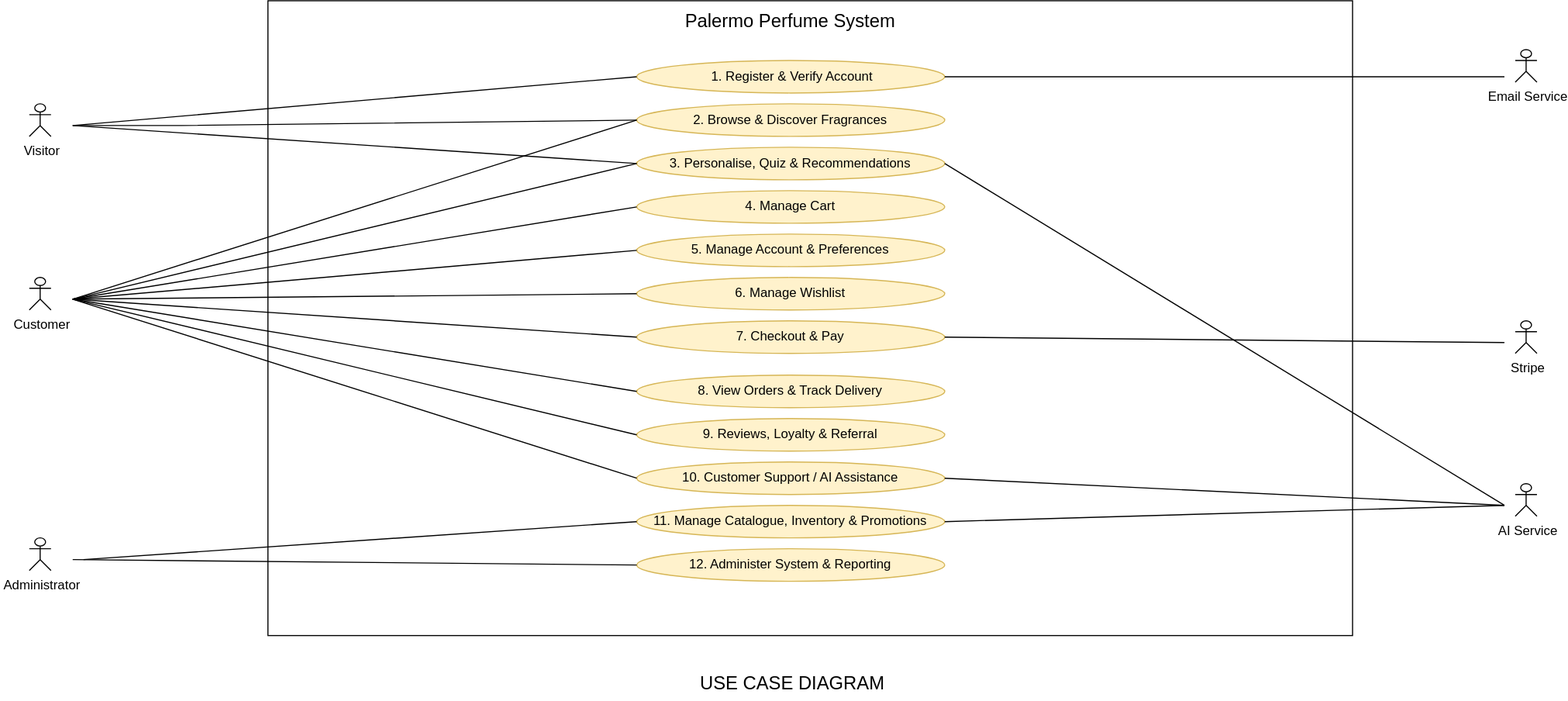
Mel-18-Palermo/Palermo-Perfume-System keeps this draw.io diagram as docs/diagrams/report/use-case-diagram.svg. Above is the earlier version. Source tidied: cells renumbered, new cells last; positions are measured from the earlier drawing's top-left corner, leaving out a move shared by most shapes.
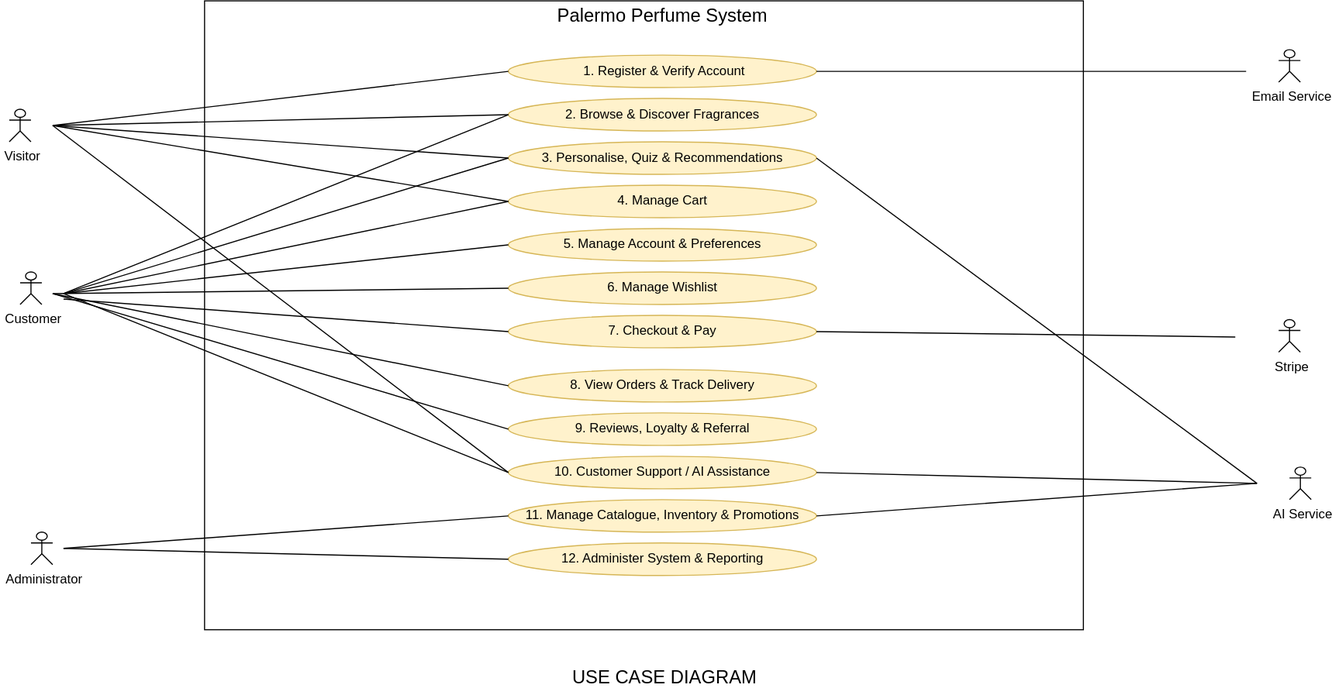
The same diagram one commit later.

What changed in the source:
```diff
@@ -5,9 +5,9 @@
     <mxCell id="2" value="&lt;font style=&quot;font-size: 16px;&quot;&gt;Use Case Diagram&lt;/font&gt;" style="text;html=1;align=center;verticalAlign=middle;strokeColor=none;fillColor=none;" parent="1" vertex="1">
       <mxGeometry x="590" y="525" width="160" height="30" as="geometry" />
     </mxCell>
-    <mxCell id="3" style="rounded=0;whiteSpace=wrap;html=1;" parent="1" vertex="1">
-      <mxGeometry x="220" width="1000" height="585" as="geometry" />
-    </mxCell>
+    <mxCell id="43" style="rounded=0;whiteSpace=wrap;html=1;" parent="1" vertex="1">
+      <mxGeometry x="280" y="5" width="810" height="580" as="geometry" />
+    </mxCell>
     <mxCell id="4" value="3. Personalise, Quiz &amp;amp; Recommendations" style="ellipse;whiteSpace=wrap;html=1;fillColor=#fff2cc;strokeColor=#d6b656;" parent="1" vertex="1">
       <mxGeometry x="560" y="135" width="284" height="30" as="geometry" />
     </mxCell>
@@ -48,123 +48,130 @@
       <mxGeometry x="567" y="5" width="270" height="30" as="geometry" />
     </mxCell>
     <mxCell id="17" value="&amp;nbsp;Visitor" style="shape=umlActor;verticalLabelPosition=bottom;verticalAlign=top;html=1;" parent="1" vertex="1">
-      <mxGeometry y="95" width="20" height="30" as="geometry" />
+      <mxGeometry x="100" y="105" width="20" height="30" as="geometry" />
     </mxCell>
-    <mxCell id="18" style="endArrow=none;html=1;rounded=0;entryX=0;entryY=0.5;entryDx=0;entryDy=0;" parent="1" edge="1" target="15">
-      <mxGeometry relative="1" as="geometry">
-        <mxPoint x="40" y="115" as="sourcePoint" />
-      </mxGeometry>
-    </mxCell>
-    <mxCell id="19" style="endArrow=none;html=1;rounded=0;entryX=0;entryY=0.5;entryDx=0;entryDy=0;" parent="1" edge="1" target="7">
-      <mxGeometry relative="1" as="geometry">
-        <mxPoint x="40" y="115" as="sourcePoint" />
-        <Array as="points">
-          <mxPoint x="140" y="115" />
-        </Array>
-      </mxGeometry>
-    </mxCell>
-    <mxCell id="20" style="endArrow=none;html=1;rounded=0;entryX=0;entryY=0.5;entryDx=0;entryDy=0;" parent="1" edge="1" target="4">
-      <mxGeometry relative="1" as="geometry">
-        <mxPoint x="40" y="115" as="sourcePoint" />
-      </mxGeometry>
-    </mxCell>
+    <mxCell id="44" style="endArrow=none;html=1;rounded=0;entryX=0;entryY=0.5;entryDx=0;entryDy=0;" parent="1" edge="1" target="15">
+      <mxGeometry relative="1" as="geometry">
+        <mxPoint x="140" y="120" as="sourcePoint" />
+      </mxGeometry>
+    </mxCell>
+    <mxCell id="45" style="endArrow=none;html=1;rounded=0;entryX=0;entryY=0.5;entryDx=0;entryDy=0;" parent="1" edge="1" target="4">
+      <mxGeometry relative="1" as="geometry">
+        <mxPoint x="140" y="120" as="sourcePoint" />
+      </mxGeometry>
+    </mxCell>
     <mxCell id="21" value="&amp;nbsp;Customer" style="shape=umlActor;verticalLabelPosition=bottom;verticalAlign=top;html=1;" parent="1" vertex="1">
-      <mxGeometry y="255" width="20" height="30" as="geometry" />
+      <mxGeometry x="110" y="255" width="20" height="30" as="geometry" />
     </mxCell>
-    <mxCell id="22" style="endArrow=none;html=1;rounded=0;entryX=0;entryY=0.5;entryDx=0;entryDy=0;" parent="1" edge="1" target="5">
-      <mxGeometry relative="1" as="geometry">
-        <mxPoint x="40" y="275" as="sourcePoint" />
-      </mxGeometry>
-    </mxCell>
-    <mxCell id="23" style="endArrow=none;html=1;rounded=0;entryX=0;entryY=0.5;entryDx=0;entryDy=0;" parent="1" edge="1" target="6">
-      <mxGeometry relative="1" as="geometry">
-        <mxPoint x="40" y="275" as="sourcePoint" />
-      </mxGeometry>
-    </mxCell>
-    <mxCell id="24" style="endArrow=none;html=1;rounded=0;entryX=0;entryY=0.5;entryDx=0;entryDy=0;" parent="1" edge="1" target="8">
-      <mxGeometry relative="1" as="geometry">
-        <mxPoint x="40" y="275" as="sourcePoint" />
-      </mxGeometry>
-    </mxCell>
-    <mxCell id="25" style="endArrow=none;html=1;rounded=0;entryX=0;entryY=0.5;entryDx=0;entryDy=0;" parent="1" edge="1" target="9">
-      <mxGeometry relative="1" as="geometry">
-        <mxPoint x="40" y="275" as="sourcePoint" />
-      </mxGeometry>
-    </mxCell>
-    <mxCell id="26" style="endArrow=none;html=1;rounded=0;entryX=0;entryY=0.5;entryDx=0;entryDy=0;" parent="1" edge="1" target="10">
-      <mxGeometry relative="1" as="geometry">
-        <mxPoint x="40" y="275" as="sourcePoint" />
-      </mxGeometry>
-    </mxCell>
-    <mxCell id="27" style="endArrow=none;html=1;rounded=0;entryX=0;entryY=0.5;entryDx=0;entryDy=0;" parent="1" edge="1" target="11">
-      <mxGeometry relative="1" as="geometry">
-        <mxPoint x="40" y="275" as="sourcePoint" />
-      </mxGeometry>
-    </mxCell>
-    <mxCell id="28" style="endArrow=none;html=1;rounded=0;entryX=0;entryY=0.5;entryDx=0;entryDy=0;" parent="1" edge="1" target="12">
-      <mxGeometry relative="1" as="geometry">
-        <mxPoint x="40" y="275" as="sourcePoint" />
-      </mxGeometry>
-    </mxCell>
+    <mxCell id="46" style="endArrow=none;html=1;rounded=0;entryX=0;entryY=0.5;entryDx=0;entryDy=0;" parent="1" edge="1" target="5">
+      <mxGeometry relative="1" as="geometry">
+        <mxPoint x="150" y="275" as="sourcePoint" />
+      </mxGeometry>
+    </mxCell>
+    <mxCell id="47" style="endArrow=none;html=1;rounded=0;entryX=0;entryY=0.5;entryDx=0;entryDy=0;" parent="1" edge="1" target="6">
+      <mxGeometry relative="1" as="geometry">
+        <mxPoint x="150" y="275" as="sourcePoint" />
+      </mxGeometry>
+    </mxCell>
+    <mxCell id="48" style="endArrow=none;html=1;rounded=0;entryX=0;entryY=0.5;entryDx=0;entryDy=0;" parent="1" edge="1" target="8">
+      <mxGeometry relative="1" as="geometry">
+        <mxPoint x="140" y="275" as="sourcePoint" />
+      </mxGeometry>
+    </mxCell>
+    <mxCell id="49" style="endArrow=none;html=1;rounded=0;entryX=0;entryY=0.5;entryDx=0;entryDy=0;" parent="1" edge="1" target="9">
+      <mxGeometry relative="1" as="geometry">
+        <mxPoint x="150" y="280" as="sourcePoint" />
+      </mxGeometry>
+    </mxCell>
+    <mxCell id="50" style="endArrow=none;html=1;rounded=0;entryX=0;entryY=0.5;entryDx=0;entryDy=0;" parent="1" edge="1" target="10">
+      <mxGeometry relative="1" as="geometry">
+        <mxPoint x="140" y="275" as="sourcePoint" />
+      </mxGeometry>
+    </mxCell>
+    <mxCell id="51" style="endArrow=none;html=1;rounded=0;entryX=0;entryY=0.5;entryDx=0;entryDy=0;" parent="1" edge="1" target="11">
+      <mxGeometry relative="1" as="geometry">
+        <mxPoint x="140" y="275" as="sourcePoint" />
+      </mxGeometry>
+    </mxCell>
+    <mxCell id="52" style="endArrow=none;html=1;rounded=0;entryX=0;entryY=0.5;entryDx=0;entryDy=0;" parent="1" edge="1" target="12">
+      <mxGeometry relative="1" as="geometry">
+        <mxPoint x="150" y="275" as="sourcePoint" />
+      </mxGeometry>
+    </mxCell>
     <mxCell id="29" value="&amp;nbsp;Administrator" style="shape=umlActor;verticalLabelPosition=bottom;verticalAlign=top;html=1;" parent="1" vertex="1">
-      <mxGeometry y="495" width="20" height="30" as="geometry" />
+      <mxGeometry x="120" y="495" width="20" height="30" as="geometry" />
     </mxCell>
-    <mxCell id="30" style="endArrow=none;html=1;rounded=0;entryX=0;entryY=0.5;entryDx=0;entryDy=0;" parent="1" edge="1" target="13">
-      <mxGeometry relative="1" as="geometry">
-        <mxPoint x="50" y="515" as="sourcePoint" />
-      </mxGeometry>
-    </mxCell>
-    <mxCell id="31" style="endArrow=none;html=1;rounded=0;entryX=0;entryY=0.5;entryDx=0;entryDy=0;" parent="1" edge="1" target="14">
-      <mxGeometry relative="1" as="geometry">
-        <mxPoint x="40" y="515" as="sourcePoint" />
-      </mxGeometry>
-    </mxCell>
+    <mxCell id="53" style="endArrow=none;html=1;rounded=0;entryX=0;entryY=0.5;entryDx=0;entryDy=0;" parent="1" edge="1" target="13">
+      <mxGeometry relative="1" as="geometry">
+        <mxPoint x="150" y="510" as="sourcePoint" />
+      </mxGeometry>
+    </mxCell>
+    <mxCell id="54" style="endArrow=none;html=1;rounded=0;entryX=0;entryY=0.5;entryDx=0;entryDy=0;" parent="1" edge="1" target="14">
+      <mxGeometry relative="1" as="geometry">
+        <mxPoint x="150" y="510" as="sourcePoint" />
+      </mxGeometry>
+    </mxCell>
     <mxCell id="32" value="&amp;nbsp;Email Service" style="shape=umlActor;verticalLabelPosition=bottom;verticalAlign=top;html=1;" parent="1" vertex="1">
-      <mxGeometry x="1370" y="45" width="20" height="30" as="geometry" />
+      <mxGeometry x="1270" y="50" width="20" height="30" as="geometry" />
     </mxCell>
-    <mxCell id="33" style="endArrow=none;html=1;rounded=0;exitX=1;exitY=0.5;exitDx=0;exitDy=0;" parent="1" edge="1" source="15">
-      <mxGeometry relative="1" as="geometry">
-        <mxPoint x="1360" y="70" as="targetPoint" />
-      </mxGeometry>
-    </mxCell>
+    <mxCell id="55" style="endArrow=none;html=1;rounded=0;exitX=1;exitY=0.5;exitDx=0;exitDy=0;" parent="1" edge="1" source="15">
+      <mxGeometry relative="1" as="geometry">
+        <mxPoint x="1240" y="70" as="targetPoint" />
+      </mxGeometry>
+    </mxCell>
     <mxCell id="34" value="&amp;nbsp;Stripe" style="shape=umlActor;verticalLabelPosition=bottom;verticalAlign=top;html=1;" parent="1" vertex="1">
-      <mxGeometry x="1370" y="295" width="20" height="30" as="geometry" />
+      <mxGeometry x="1270" y="299" width="20" height="30" as="geometry" />
     </mxCell>
-    <mxCell id="35" style="endArrow=none;html=1;rounded=0;exitX=1;exitY=0.5;exitDx=0;exitDy=0;" parent="1" edge="1" source="9">
-      <mxGeometry relative="1" as="geometry">
-        <mxPoint x="1360" y="315" as="targetPoint" />
-      </mxGeometry>
-    </mxCell>
+    <mxCell id="56" style="endArrow=none;html=1;rounded=0;exitX=1;exitY=0.5;exitDx=0;exitDy=0;" parent="1" edge="1" source="9">
+      <mxGeometry relative="1" as="geometry">
+        <mxPoint x="1230" y="315" as="targetPoint" />
+      </mxGeometry>
+    </mxCell>
     <mxCell id="36" value="&amp;nbsp;AI Service" style="shape=umlActor;verticalLabelPosition=bottom;verticalAlign=top;html=1;" parent="1" vertex="1">
-      <mxGeometry x="1370" y="445" width="20" height="30" as="geometry" />
+      <mxGeometry x="1280" y="435" width="20" height="30" as="geometry" />
     </mxCell>
-    <mxCell id="37" style="endArrow=none;html=1;rounded=0;exitX=1;exitY=0.5;exitDx=0;exitDy=0;" parent="1" edge="1" source="12">
-      <mxGeometry relative="1" as="geometry">
-        <mxPoint x="1360" y="465" as="targetPoint" />
-      </mxGeometry>
-    </mxCell>
-    <mxCell id="38" style="endArrow=none;html=1;rounded=0;exitX=1;exitY=0.5;exitDx=0;exitDy=0;" parent="1" edge="1" source="13">
-      <mxGeometry relative="1" as="geometry">
-        <mxPoint x="1360" y="465" as="targetPoint" />
-      </mxGeometry>
-    </mxCell>
+    <mxCell id="57" style="endArrow=none;html=1;rounded=0;exitX=1;exitY=0.5;exitDx=0;exitDy=0;" parent="1" edge="1" source="12">
+      <mxGeometry relative="1" as="geometry">
+        <mxPoint x="1250" y="450" as="targetPoint" />
+      </mxGeometry>
+    </mxCell>
+    <mxCell id="58" style="endArrow=none;html=1;rounded=0;exitX=1;exitY=0.5;exitDx=0;exitDy=0;" parent="1" edge="1" source="13">
+      <mxGeometry relative="1" as="geometry">
+        <mxPoint x="1250" y="450" as="targetPoint" />
+      </mxGeometry>
+    </mxCell>
     <mxCell id="39" value="&lt;font style=&quot;font-size: 17px;&quot;&gt;USE CASE DIAGRAM&lt;/font&gt;" style="text;html=1;whiteSpace=wrap;strokeColor=none;fillColor=none;align=center;verticalAlign=middle;rounded=0;" parent="1" vertex="1">
       <mxGeometry x="602" y="615" width="204" height="30" as="geometry" />
     </mxCell>
-    <mxCell id="40" style="endArrow=none;html=1;rounded=0;entryX=1;entryY=0.5;entryDx=0;entryDy=0;" parent="1" edge="1" target="4">
-      <mxGeometry relative="1" as="geometry">
-        <mxPoint x="1360" y="465" as="sourcePoint" />
-      </mxGeometry>
-    </mxCell>
-    <mxCell id="41" style="endArrow=none;html=1;rounded=0;entryX=0;entryY=0.5;entryDx=0;entryDy=0;" parent="1" edge="1" target="4">
-      <mxGeometry relative="1" as="geometry">
-        <mxPoint x="40" y="275" as="sourcePoint" />
-      </mxGeometry>
-    </mxCell>
-    <mxCell id="42" style="endArrow=none;html=1;rounded=0;entryX=0;entryY=0.5;entryDx=0;entryDy=0;" parent="1" edge="1" target="7">
-      <mxGeometry relative="1" as="geometry">
-        <mxPoint x="40" y="275" as="sourcePoint" />
-      </mxGeometry>
-    </mxCell>
+    <mxCell id="59" style="endArrow=none;html=1;rounded=0;entryX=1;entryY=0.5;entryDx=0;entryDy=0;" parent="1" edge="1" target="4">
+      <mxGeometry relative="1" as="geometry">
+        <mxPoint x="1250" y="450" as="sourcePoint" />
+      </mxGeometry>
+    </mxCell>
+    <mxCell id="60" style="endArrow=none;html=1;rounded=0;entryX=0;entryY=0.5;entryDx=0;entryDy=0;" parent="1" edge="1" target="4">
+      <mxGeometry relative="1" as="geometry">
+        <mxPoint x="150" y="275" as="sourcePoint" />
+      </mxGeometry>
+    </mxCell>
+    <mxCell id="61" style="endArrow=none;html=1;rounded=0;entryX=0;entryY=0.5;entryDx=0;entryDy=0;" parent="1" edge="1" target="7">
+      <mxGeometry relative="1" as="geometry">
+        <mxPoint x="150" y="275" as="sourcePoint" />
+      </mxGeometry>
+    </mxCell>
+    <mxCell id="62" style="endArrow=none;html=1;rounded=0;entryX=0;entryY=0.5;entryDx=0;entryDy=0;" parent="1" edge="1" target="5">
+      <mxGeometry relative="1" as="geometry">
+        <mxPoint x="140" y="120" as="sourcePoint" />
+      </mxGeometry>
+    </mxCell>
+    <mxCell id="63" style="endArrow=none;html=1;rounded=0;entryX=0;entryY=0.5;entryDx=0;entryDy=0;" parent="1" edge="1" target="12">
+      <mxGeometry relative="1" as="geometry">
+        <mxPoint x="140" y="120" as="sourcePoint" />
+      </mxGeometry>
+    </mxCell>
+    <mxCell id="64" style="endArrow=none;html=1;rounded=0;exitX=0;exitY=0.5;exitDx=0;exitDy=0;" parent="1" edge="1" source="7">
+      <mxGeometry relative="1" as="geometry">
+        <mxPoint x="140" y="120" as="targetPoint" />
+      </mxGeometry>
+    </mxCell>
   </root>
 </mxGraphModel>
```
